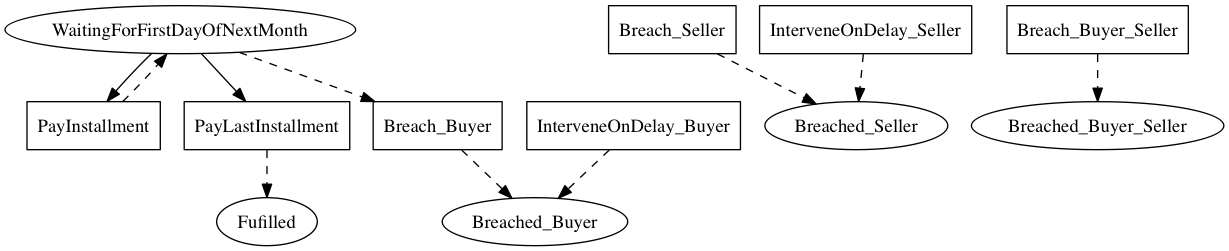
Before: linear_state_machine_language/pyL4/examples/out_graphviz/from_academic_lit/hvitved_instalment_sale--simplified_time.png, a diagram exported from Graphviz (Marcao02/complaw-deeptech). Its source is kept beside it as linear_state_machine_language/pyL4/examples/out_graphviz/from_academic_lit/hvitved_instalment_sale--simplified_time.dot.
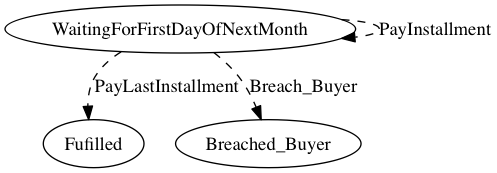
The same diagram one commit later.

Diff of the diagram source:
```diff
@@ -1,34 +1,18 @@
 
 digraph Instalment_Sale_Hvitved {
     Fulfilled[label=Fufilled];
-    WaitingForFirstDayOfNextMonth[label=WaitingForFirstDayOfNextMonth];
-	Breached_Seller[label=Breached_Seller];
-	Breached_Buyer[label=Breached_Buyer];
-	Breached_Buyer_Seller[label=Breached_Buyer_Seller]
-
-
-    PayInstallment[label=PayInstallment,shape=box];
-	PayLastInstallment[label=PayLastInstallment,shape=box];
-	Breach_Seller[label=Breach_Seller,shape=box];
-	Breach_Buyer[label=Breach_Buyer,shape=box];
-	Breach_Buyer_Seller[label=Breach_Buyer_Seller,shape=box];
-	InterveneOnDelay_Buyer[label=InterveneOnDelay_Buyer,shape=box];
-	InterveneOnDelay_Seller[label=InterveneOnDelay_Seller,shape=box]
+    WaitingForFirstDayOfNextMonth[label=WaitingForFirstDayOfNextMonth]
 
 
 
-    WaitingForFirstDayOfNextMonth -> PayInstallment;
-	WaitingForFirstDayOfNextMonth -> PayLastInstallment;
-	WaitingForFirstDayOfNextMonth -> Breach_Buyer [style=dashed]
-
-    PayInstallment -> WaitingForFirstDayOfNextMonth [style=dashed];
-	PayLastInstallment -> Fulfilled [style=dashed];
-	Breach_Seller -> Breached_Seller [style=dashed];
-	Breach_Buyer -> Breached_Buyer [style=dashed];
-	Breach_Buyer_Seller -> Breached_Buyer_Seller [style=dashed];
-	InterveneOnDelay_Buyer -> Breached_Buyer [style=dashed];
-	InterveneOnDelay_Seller -> Breached_Seller [style=dashed];
 
 
 
+
+    WaitingForFirstDayOfNextMonth -> Fulfilled [style=dashed,label=PayLastInstallment];
+	WaitingForFirstDayOfNextMonth -> Breached_Buyer [style=dashed,label=Breach_Buyer];
+
+
+    WaitingForFirstDayOfNextMonth -> WaitingForFirstDayOfNextMonth [style=dashed,label=PayInstallment];
+
 }
```
